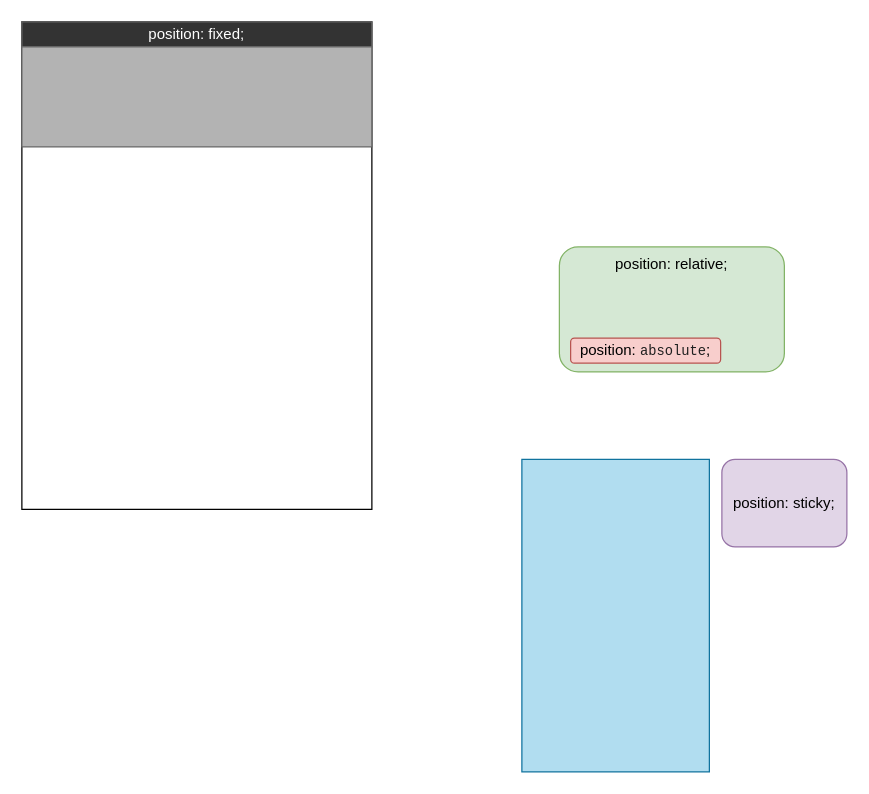
This is positions.drawio from okraishan/frame-project, a draw.io file, before an edit. Source tidied: cells renumbered, new cells numbered last; positions are measured from the earlier drawing's top-left corner, leaving out a move shared by most shapes. Both pictures are drawn from the tidied source at 125%, with x=0, y=0 at pixel (21, 21).
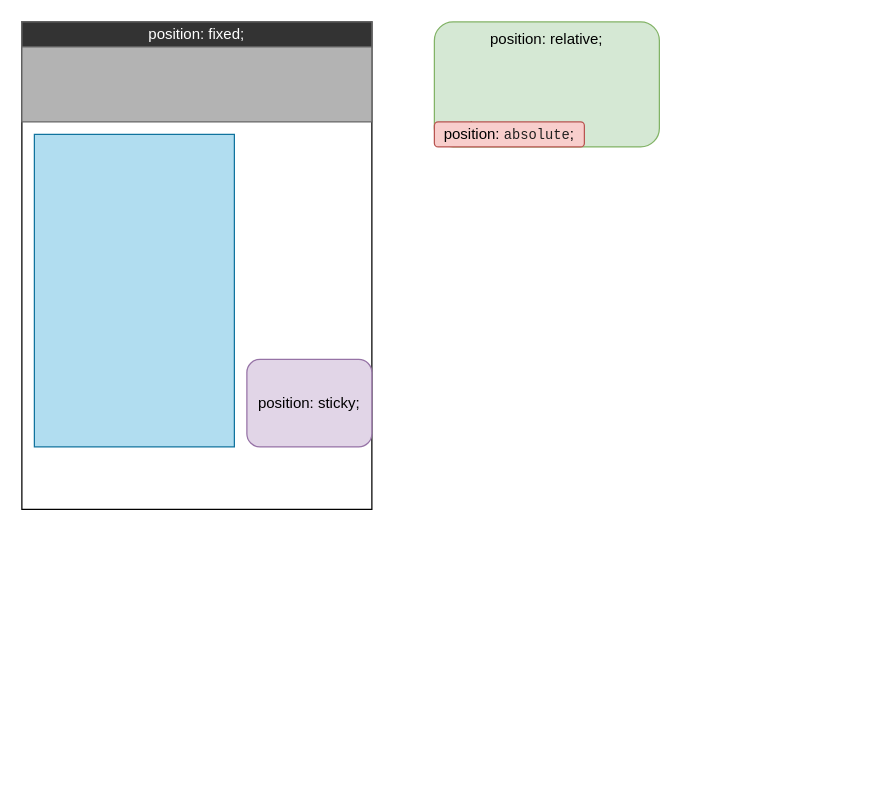
The same diagram, later.

Diff of the diagram source:
```diff
@@
 <mxGraphModel>
   <root>
     <mxCell id="0" />
     <mxCell id="1" parent="0" />
     <mxCell id="2" style="whiteSpace=wrap;html=1;" parent="1" vertex="1">
       <mxGeometry width="280" height="390" as="geometry" />
     </mxCell>
-    <mxCell id="3" value="&lt;font style=&quot;color: rgb(255, 255, 255);&quot;&gt;position: fixed;&lt;/font&gt;" style="whiteSpace=wrap;html=1;fillColor=#333333;fontColor=#333333;strokeColor=#666666;" parent="1" vertex="1">
-      <mxGeometry width="280" height="20" as="geometry" />
-    </mxCell>
     <mxCell id="4" style="whiteSpace=wrap;html=1;fillColor=#B3B3B3;fontColor=#333333;strokeColor=#666666;" parent="1" vertex="1">
-      <mxGeometry y="20" width="280" height="80" as="geometry" />
+      <mxGeometry width="280" height="80" as="geometry" />
     </mxCell>
     <mxCell id="5" value="position: relative;" style="rounded=1;whiteSpace=wrap;html=1;fillColor=#d5e8d4;strokeColor=#82b366;verticalAlign=top;" parent="1" vertex="1">
-      <mxGeometry x="430" y="180" width="180" height="100" as="geometry" />
+      <mxGeometry x="330" width="180" height="100" as="geometry" />
     </mxCell>
+    <mxCell id="9" style="edgeStyle=none;html=1;exitX=0.25;exitY=0;exitDx=0;exitDy=0;" parent="1" edge="1" source="6" target="5">
+      <mxGeometry relative="1" as="geometry" />
+    </mxCell>
     <mxCell id="6" value="position:&amp;nbsp;&lt;span style=&quot;color: rgb(31, 31, 31); font-family: monospace; font-size: 11px; text-align: start; white-space-collapse: preserve;&quot;&gt;absolute&lt;/span&gt;;" style="rounded=1;whiteSpace=wrap;html=1;fillColor=#f8cecc;strokeColor=#b85450;" parent="1" vertex="1">
-      <mxGeometry x="439" y="253" width="120" height="20" as="geometry" />
+      <mxGeometry x="330" y="80" width="120" height="20" as="geometry" />
     </mxCell>
     <mxCell id="7" value="position: sticky;" style="rounded=1;whiteSpace=wrap;html=1;fillColor=#e1d5e7;strokeColor=#9673a6;" parent="1" vertex="1">
-      <mxGeometry x="560" y="350" width="100" height="70" as="geometry" />
+      <mxGeometry x="180" y="270" width="100" height="70" as="geometry" />
     </mxCell>
     <mxCell id="8" style="whiteSpace=wrap;html=1;fillColor=#b1ddf0;strokeColor=#10739e;" parent="1" vertex="1">
-      <mxGeometry x="400" y="350" width="150" height="250" as="geometry" />
+      <mxGeometry x="10" y="90" width="160" height="250" as="geometry" />
     </mxCell>
+    <mxCell id="3" value="&lt;font style=&quot;color: rgb(255, 255, 255);&quot;&gt;position: fixed;&lt;/font&gt;" style="whiteSpace=wrap;html=1;fillColor=#333333;fontColor=#333333;strokeColor=#666666;" parent="1" vertex="1">
+      <mxGeometry width="280" height="20" as="geometry" />
+    </mxCell>
   </root>
 </mxGraphModel>
```
